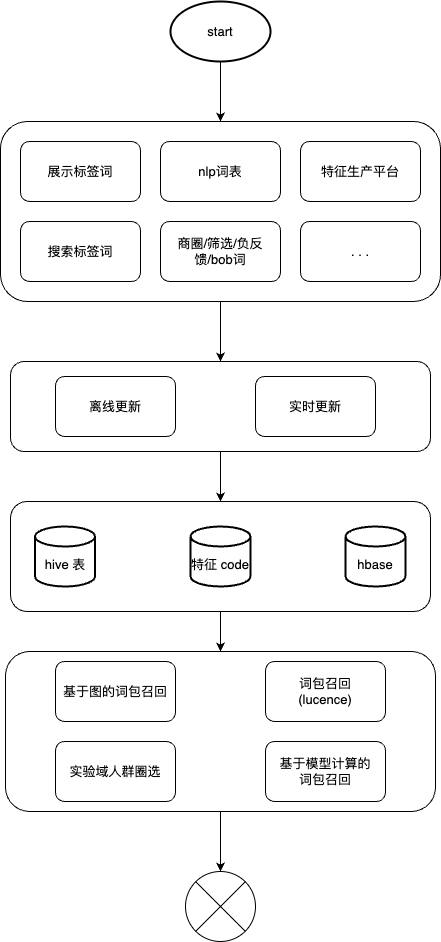
liujunao/draw-data keeps this draw.io diagram as work-draw-file/标签与F1联动主体思路流程图.png. Above is the earlier version. Source tidied: cells renumbered, new cells last; positions are measured from the earlier drawing's top-left corner, leaving out a move shared by most shapes. Source of this version:
```xml
<mxGraphModel>
  <root>
    <mxCell id="0" />
    <mxCell id="1" parent="0" />
    <mxCell id="2" style="edgeStyle=orthogonalEdgeStyle;rounded=0;jettySize=auto;html=1;exitX=0.5;exitY=1;exitDx=0;exitDy=0;" parent="1" edge="1" source="3" target="27">
      <mxGeometry relative="1" as="geometry" />
    </mxCell>
    <mxCell id="3" style="rounded=1;whiteSpace=wrap;html=1;" parent="1" vertex="1">
      <mxGeometry x="5" y="650" width="430" height="160" as="geometry" />
    </mxCell>
    <mxCell id="4" style="edgeStyle=orthogonalEdgeStyle;rounded=0;jettySize=auto;html=1;exitX=0.5;exitY=1;exitDx=0;exitDy=0;" parent="1" edge="1" source="5" target="3">
      <mxGeometry relative="1" as="geometry" />
    </mxCell>
    <mxCell id="5" style="rounded=1;whiteSpace=wrap;html=1;" parent="1" vertex="1">
      <mxGeometry x="10" y="500" width="420" height="110" as="geometry" />
    </mxCell>
    <mxCell id="6" style="edgeStyle=orthogonalEdgeStyle;rounded=0;jettySize=auto;html=1;exitX=0.5;exitY=1;exitDx=0;exitDy=0;" parent="1" edge="1" source="7" target="5">
      <mxGeometry relative="1" as="geometry" />
    </mxCell>
    <mxCell id="7" style="rounded=1;whiteSpace=wrap;html=1;" parent="1" vertex="1">
      <mxGeometry x="10" y="360" width="420" height="90" as="geometry" />
    </mxCell>
    <mxCell id="8" style="edgeStyle=orthogonalEdgeStyle;rounded=0;jettySize=auto;html=1;exitX=0.5;exitY=1;exitDx=0;exitDy=0;" parent="1" edge="1" source="9" target="7">
      <mxGeometry relative="1" as="geometry" />
    </mxCell>
    <mxCell id="9" style="rounded=1;whiteSpace=wrap;html=1;" parent="1" vertex="1">
      <mxGeometry y="120" width="440" height="180" as="geometry" />
    </mxCell>
    <mxCell id="10" value="展示标签词" style="rounded=1;whiteSpace=wrap;html=1;" parent="1" vertex="1">
      <mxGeometry x="20" y="140" width="120" height="60" as="geometry" />
    </mxCell>
    <mxCell id="11" value="nlp词表" style="rounded=1;whiteSpace=wrap;html=1;" parent="1" vertex="1">
      <mxGeometry x="160" y="140" width="120" height="60" as="geometry" />
    </mxCell>
    <mxCell id="12" value="搜索标签词" style="rounded=1;whiteSpace=wrap;html=1;" parent="1" vertex="1">
      <mxGeometry x="20" y="220" width="120" height="60" as="geometry" />
    </mxCell>
    <mxCell id="13" value="商圈/筛选/负反馈/bob词" style="rounded=1;whiteSpace=wrap;html=1;" parent="1" vertex="1">
      <mxGeometry x="160" y="220" width="120" height="60" as="geometry" />
    </mxCell>
    <mxCell id="14" value="特征生产平台" style="rounded=1;whiteSpace=wrap;html=1;" parent="1" vertex="1">
      <mxGeometry x="300" y="140" width="120" height="60" as="geometry" />
    </mxCell>
    <mxCell id="15" value="离线更新" style="rounded=1;whiteSpace=wrap;html=1;" parent="1" vertex="1">
      <mxGeometry x="55" y="375" width="120" height="60" as="geometry" />
    </mxCell>
    <mxCell id="16" value="实时更新" style="rounded=1;whiteSpace=wrap;html=1;" parent="1" vertex="1">
      <mxGeometry x="255" y="375" width="120" height="60" as="geometry" />
    </mxCell>
    <mxCell id="17" value="&lt;br&gt;hive 表" style="strokeWidth=2;html=1;shape=mxgraph.flowchart.database;whiteSpace=wrap;" parent="1" vertex="1">
      <mxGeometry x="34.5" y="525" width="60" height="60" as="geometry" />
    </mxCell>
    <mxCell id="18" value="&lt;br&gt;特征 code" style="strokeWidth=2;html=1;shape=mxgraph.flowchart.database;whiteSpace=wrap;" parent="1" vertex="1">
      <mxGeometry x="190" y="525" width="60" height="60" as="geometry" />
    </mxCell>
    <mxCell id="19" value="&lt;br&gt;hbase" style="strokeWidth=2;html=1;shape=mxgraph.flowchart.database;whiteSpace=wrap;" parent="1" vertex="1">
      <mxGeometry x="345" y="525" width="60" height="60" as="geometry" />
    </mxCell>
    <mxCell id="20" value="词包召回&lt;br&gt;(lucence)" style="rounded=1;whiteSpace=wrap;html=1;" parent="1" vertex="1">
      <mxGeometry x="265" y="660" width="120" height="60" as="geometry" />
    </mxCell>
    <mxCell id="21" value="基于图的词包召回" style="rounded=1;whiteSpace=wrap;html=1;" parent="1" vertex="1">
      <mxGeometry x="55" y="660" width="120" height="60" as="geometry" />
    </mxCell>
    <mxCell id="22" value="基于模型计算的&lt;br&gt;词包召回" style="rounded=1;whiteSpace=wrap;html=1;" parent="1" vertex="1">
      <mxGeometry x="265" y="740" width="120" height="60" as="geometry" />
    </mxCell>
    <mxCell id="23" value=". . ." style="rounded=1;whiteSpace=wrap;html=1;" parent="1" vertex="1">
      <mxGeometry x="300" y="220" width="120" height="60" as="geometry" />
    </mxCell>
    <mxCell id="24" value="实验域人群圈选" style="rounded=1;whiteSpace=wrap;html=1;" parent="1" vertex="1">
      <mxGeometry x="55" y="740" width="120" height="60" as="geometry" />
    </mxCell>
    <mxCell id="25" style="edgeStyle=orthogonalEdgeStyle;rounded=0;jettySize=auto;html=1;exitX=0.5;exitY=1;exitDx=0;exitDy=0;exitPerimeter=0;entryX=0.5;entryY=0;entryDx=0;entryDy=0;" parent="1" edge="1" source="26" target="9">
      <mxGeometry relative="1" as="geometry" />
    </mxCell>
    <mxCell id="26" value="start" style="strokeWidth=2;html=1;shape=mxgraph.flowchart.start_1;whiteSpace=wrap;" parent="1" vertex="1">
      <mxGeometry x="170" width="100" height="60" as="geometry" />
    </mxCell>
    <mxCell id="27" style="verticalLabelPosition=bottom;verticalAlign=top;html=1;shape=mxgraph.flowchart.or;" parent="1" vertex="1">
      <mxGeometry x="185" y="870" width="70" height="70" as="geometry" />
    </mxCell>
  </root>
</mxGraphModel>
```
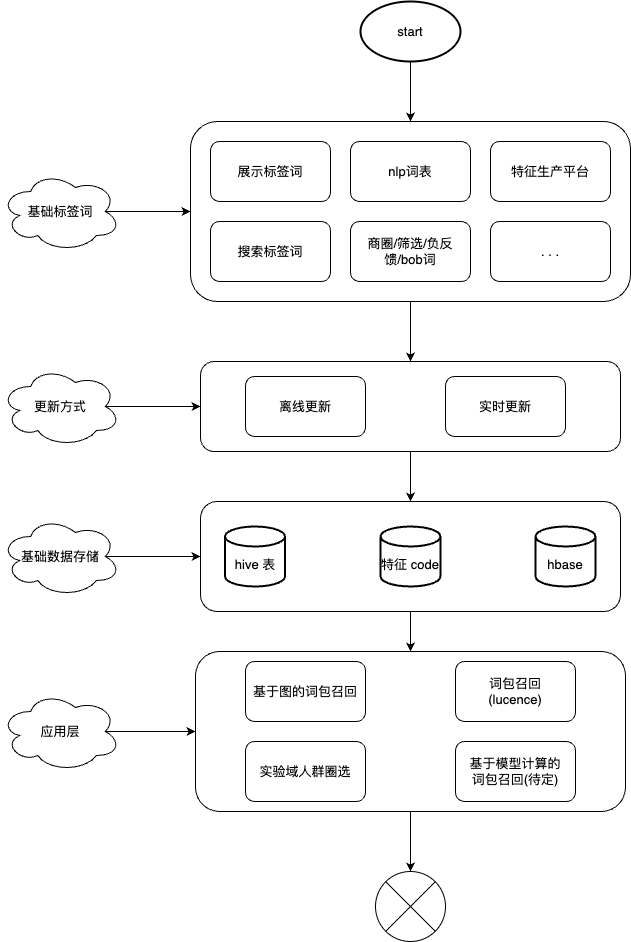
After the change.

Commit message:
更新标签与F1联动主体思路流程图.png

Change to the diagram source:
```diff
@@ -62,7 +62,7 @@
     <mxCell id="21" value="基于图的词包召回" style="rounded=1;whiteSpace=wrap;html=1;" parent="1" vertex="1">
       <mxGeometry x="55" y="660" width="120" height="60" as="geometry" />
     </mxCell>
-    <mxCell id="22" value="基于模型计算的&lt;br&gt;词包召回" style="rounded=1;whiteSpace=wrap;html=1;" parent="1" vertex="1">
+    <mxCell id="22" value="基于模型计算的&lt;br&gt;词包召回(待定)" style="rounded=1;whiteSpace=wrap;html=1;" parent="1" vertex="1">
       <mxGeometry x="265" y="740" width="120" height="60" as="geometry" />
     </mxCell>
     <mxCell id="23" value=". . ." style="rounded=1;whiteSpace=wrap;html=1;" parent="1" vertex="1">
@@ -80,5 +80,29 @@
     <mxCell id="27" style="verticalLabelPosition=bottom;verticalAlign=top;html=1;shape=mxgraph.flowchart.or;" parent="1" vertex="1">
       <mxGeometry x="185" y="870" width="70" height="70" as="geometry" />
     </mxCell>
+    <mxCell id="28" style="edgeStyle=orthogonalEdgeStyle;rounded=0;jettySize=auto;html=1;exitX=0.875;exitY=0.5;exitDx=0;exitDy=0;exitPerimeter=0;entryX=0;entryY=0.5;entryDx=0;entryDy=0;" parent="1" edge="1" source="29" target="9">
+      <mxGeometry relative="1" as="geometry" />
+    </mxCell>
+    <mxCell id="29" value="基础标签词" style="ellipse;shape=cloud;whiteSpace=wrap;html=1;" parent="1" vertex="1">
+      <mxGeometry x="-190" y="170" width="120" height="80" as="geometry" />
+    </mxCell>
+    <mxCell id="30" style="edgeStyle=orthogonalEdgeStyle;rounded=0;jettySize=auto;html=1;exitX=0.875;exitY=0.5;exitDx=0;exitDy=0;exitPerimeter=0;entryX=0;entryY=0.5;entryDx=0;entryDy=0;" parent="1" edge="1" source="31" target="7">
+      <mxGeometry relative="1" as="geometry" />
+    </mxCell>
+    <mxCell id="31" value="更新方式" style="ellipse;shape=cloud;whiteSpace=wrap;html=1;" parent="1" vertex="1">
+      <mxGeometry x="-190" y="365" width="120" height="80" as="geometry" />
+    </mxCell>
+    <mxCell id="32" style="edgeStyle=orthogonalEdgeStyle;rounded=0;jettySize=auto;html=1;exitX=0.875;exitY=0.5;exitDx=0;exitDy=0;exitPerimeter=0;entryX=0;entryY=0.5;entryDx=0;entryDy=0;" parent="1" edge="1" source="33" target="5">
+      <mxGeometry relative="1" as="geometry" />
+    </mxCell>
+    <mxCell id="33" value="基础数据存储" style="ellipse;shape=cloud;whiteSpace=wrap;html=1;" parent="1" vertex="1">
+      <mxGeometry x="-190" y="515" width="120" height="80" as="geometry" />
+    </mxCell>
+    <mxCell id="34" style="edgeStyle=orthogonalEdgeStyle;rounded=0;jettySize=auto;html=1;exitX=0.875;exitY=0.5;exitDx=0;exitDy=0;exitPerimeter=0;entryX=0;entryY=0.5;entryDx=0;entryDy=0;" parent="1" edge="1" source="35" target="3">
+      <mxGeometry relative="1" as="geometry" />
+    </mxCell>
+    <mxCell id="35" value="应用层" style="ellipse;shape=cloud;whiteSpace=wrap;html=1;" parent="1" vertex="1">
+      <mxGeometry x="-190" y="690" width="120" height="80" as="geometry" />
+    </mxCell>
   </root>
 </mxGraphModel>
```
